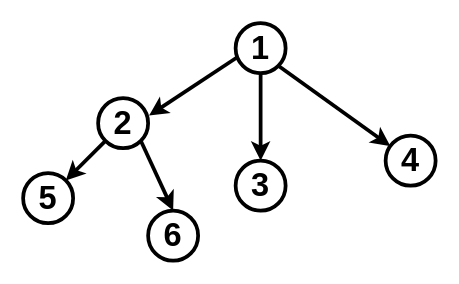
The draw.io diagram page "Page-1" (1 of 2) of Untitled Diagram.drawio in sara1024/-CCF201412-2-Z-, before the edit. Source tidied: cells renumbered, new cells numbered last; positions are measured from the earlier drawing's top-left corner, leaving out a move shared by most shapes. Both pictures are drawn from the tidied source at 125%, with x=0, y=0 at pixel (22, 22).
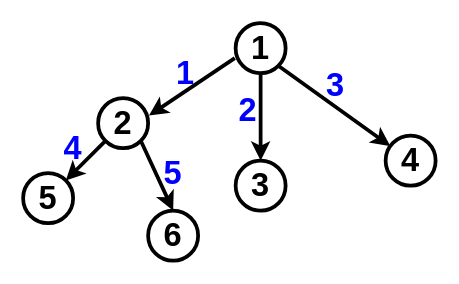
The same diagram, later.

Diff of the diagram source:
```diff
@@
 <mxGraphModel>
   <root>
     <mxCell id="0" />
     <mxCell id="1" parent="0" />
     <mxCell id="2" value="1" style="ellipse;whiteSpace=wrap;html=1;strokeWidth=3;fillColor=none;fontSize=26;fontStyle=1;" parent="1" vertex="1">
       <mxGeometry x="170" width="40" height="40" as="geometry" />
     </mxCell>
     <mxCell id="3" value="2" style="ellipse;whiteSpace=wrap;html=1;strokeWidth=3;fillColor=none;fontSize=26;fontStyle=1;" parent="1" vertex="1">
       <mxGeometry x="60" y="60" width="40" height="40" as="geometry" />
     </mxCell>
     <mxCell id="4" value="4" style="ellipse;whiteSpace=wrap;html=1;strokeWidth=3;fillColor=none;fontSize=26;fontStyle=1;" parent="1" vertex="1">
       <mxGeometry x="290" y="90" width="40" height="40" as="geometry" />
     </mxCell>
     <mxCell id="5" value="3" style="ellipse;whiteSpace=wrap;html=1;strokeWidth=3;fillColor=none;fontSize=26;fontStyle=1;" parent="1" vertex="1">
       <mxGeometry x="170" y="110" width="40" height="40" as="geometry" />
     </mxCell>
-    <mxCell id="6" style="endArrow=classic;html=1;strokeWidth=3;fontSize=26;exitX=0.033;exitY=0.683;exitDx=0;exitDy=0;exitPerimeter=0;entryX=1.017;entryY=0.35;entryDx=0;entryDy=0;entryPerimeter=0;" parent="1" edge="1" source="2" target="3">
+    <mxCell id="6" style="endArrow=classic;html=1;strokeWidth=3;fontSize=26;entryX=1.017;entryY=0.35;entryDx=0;entryDy=0;entryPerimeter=0;exitX=-0.017;exitY=0.7;exitDx=0;exitDy=0;exitPerimeter=0;" parent="1" edge="1" source="2" target="3">
       <mxGeometry relative="1" as="geometry" />
     </mxCell>
     <mxCell id="7" style="endArrow=classic;html=1;strokeWidth=3;fontSize=26;exitX=0.5;exitY=1;exitDx=0;exitDy=0;entryX=0.5;entryY=0;entryDx=0;entryDy=0;" parent="1" edge="1" source="2" target="5">
       <mxGeometry relative="1" as="geometry" />
     </mxCell>
     <mxCell id="8" style="endArrow=classic;html=1;strokeWidth=3;fontSize=26;exitX=1;exitY=1;exitDx=0;exitDy=0;" parent="1" edge="1" source="2" target="4">
       <mxGeometry relative="1" as="geometry" />
     </mxCell>
     <mxCell id="9" value="5" style="ellipse;whiteSpace=wrap;html=1;strokeWidth=3;fillColor=none;fontSize=26;fontStyle=1;" parent="1" vertex="1">
       <mxGeometry y="120" width="40" height="40" as="geometry" />
     </mxCell>
     <mxCell id="10" value="6" style="ellipse;whiteSpace=wrap;html=1;strokeWidth=3;fillColor=none;fontSize=26;fontStyle=1;" parent="1" vertex="1">
       <mxGeometry x="100" y="150" width="40" height="40" as="geometry" />
     </mxCell>
     <mxCell id="11" style="endArrow=classic;html=1;strokeWidth=3;fontSize=26;exitX=0;exitY=1;exitDx=0;exitDy=0;entryX=1;entryY=0;entryDx=0;entryDy=0;" parent="1" edge="1" source="3" target="9">
       <mxGeometry relative="1" as="geometry" />
     </mxCell>
     <mxCell id="12" style="endArrow=classic;html=1;strokeWidth=3;fontSize=26;exitX=1;exitY=1;exitDx=0;exitDy=0;entryX=0.5;entryY=0;entryDx=0;entryDy=0;" parent="1" edge="1" source="3" target="10">
       <mxGeometry relative="1" as="geometry" />
     </mxCell>
+    <mxCell id="13" value="1" style="text;html=1;strokeColor=none;fillColor=none;align=center;verticalAlign=middle;whiteSpace=wrap;rounded=0;fontSize=26;fontStyle=1;fontColor=#0000FF;" parent="1" vertex="1">
+      <mxGeometry x="110" y="30" width="40" height="20" as="geometry" />
+    </mxCell>
+    <mxCell id="14" value="2" style="text;html=1;strokeColor=none;fillColor=none;align=center;verticalAlign=middle;whiteSpace=wrap;rounded=0;fontSize=26;fontColor=#0000FF;fontStyle=1;" parent="1" vertex="1">
+      <mxGeometry x="160" y="60" width="40" height="20" as="geometry" />
+    </mxCell>
+    <mxCell id="15" value="3" style="text;html=1;strokeColor=none;fillColor=none;align=center;verticalAlign=middle;whiteSpace=wrap;rounded=0;fontSize=26;fontColor=#0000FF;fontStyle=1;" parent="1" vertex="1">
+      <mxGeometry x="230" y="40" width="40" height="20" as="geometry" />
+    </mxCell>
+    <mxCell id="16" value="4" style="text;html=1;strokeColor=none;fillColor=none;align=center;verticalAlign=middle;whiteSpace=wrap;rounded=0;fontSize=26;fontColor=#0000FF;fontStyle=1;" parent="1" vertex="1">
+      <mxGeometry x="20" y="90" width="40" height="20" as="geometry" />
+    </mxCell>
+    <mxCell id="17" value="5" style="text;html=1;strokeColor=none;fillColor=none;align=center;verticalAlign=middle;whiteSpace=wrap;rounded=0;fontSize=26;fontColor=#0000FF;fontStyle=1;" parent="1" vertex="1">
+      <mxGeometry x="100" y="110" width="40" height="20" as="geometry" />
+    </mxCell>
   </root>
 </mxGraphModel>
```
